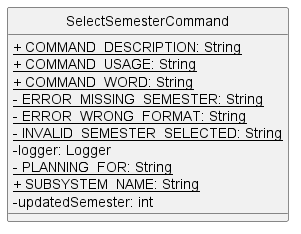
Before: docs/images/SelectSemesterCommandClass.png, a diagram exported from PlantUML (nus-cs2113-AY2223S1/tp).
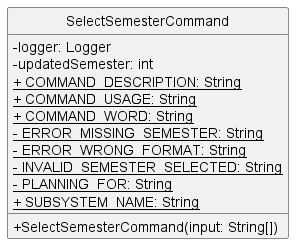
The same file after the commit.

Change to the diagram source:
```diff
@@ -3,16 +3,18 @@
 skinparam classAttributeIconSize 0
 
 class SelectSemesterCommand {
+    - logger: Logger
+    - updatedSemester: int
     <u>+ COMMAND_DESCRIPTION: String
     <u>+ COMMAND_USAGE: String
     <u>+ COMMAND_WORD: String
     <u>- ERROR_MISSING_SEMESTER: String
     <u>- ERROR_WRONG_FORMAT: String
     <u>- INVALID_SEMESTER_SELECTED: String
-    - logger: Logger
     <u>- PLANNING_FOR: String
     <u>+ SUBSYSTEM_NAME: String
-    - updatedSemester: int
+
+    + SelectSemesterCommand(input: String[])
 }
 
 @enduml
```
